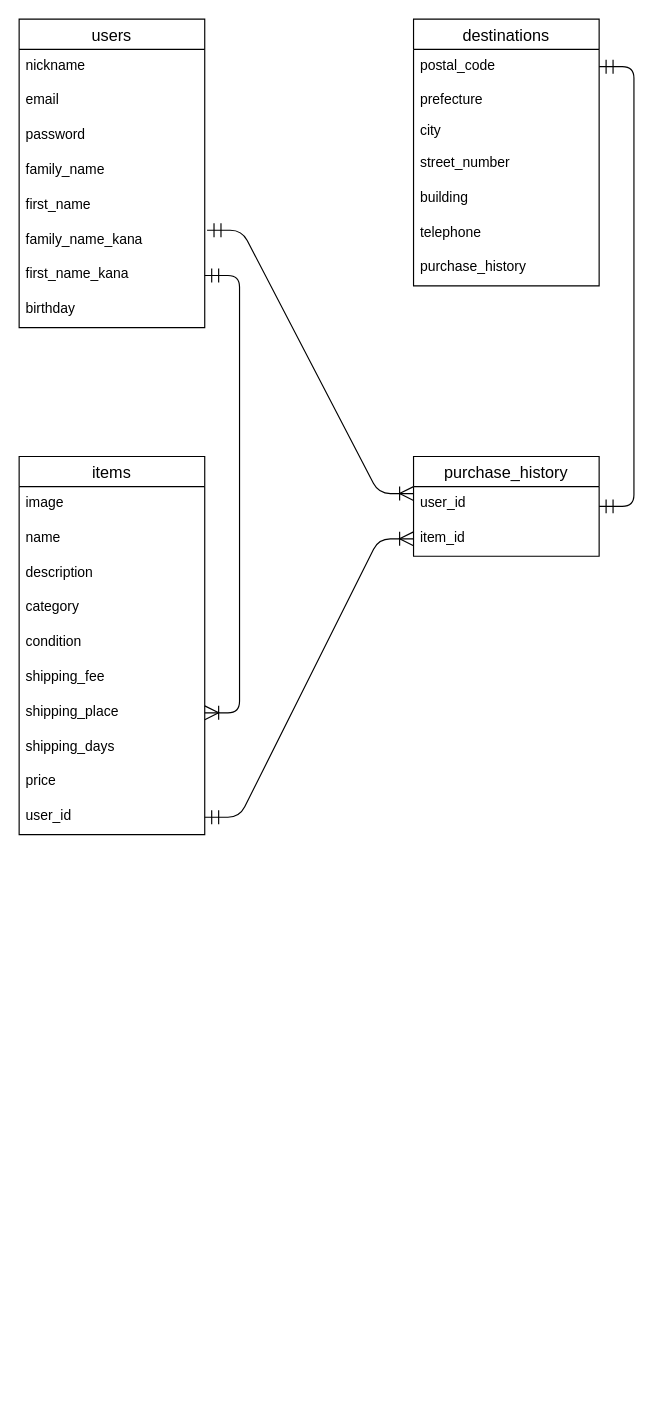
Before: test.dio in mayu-torii/furima-35418, a draw.io diagram. Source tidied: cells renumbered, new cells numbered last; positions are measured from the earlier drawing's top-left corner, leaving out a move shared by most shapes. Both pictures are drawn from the tidied source at 116%, with x=0, y=0 at pixel (19, 19).
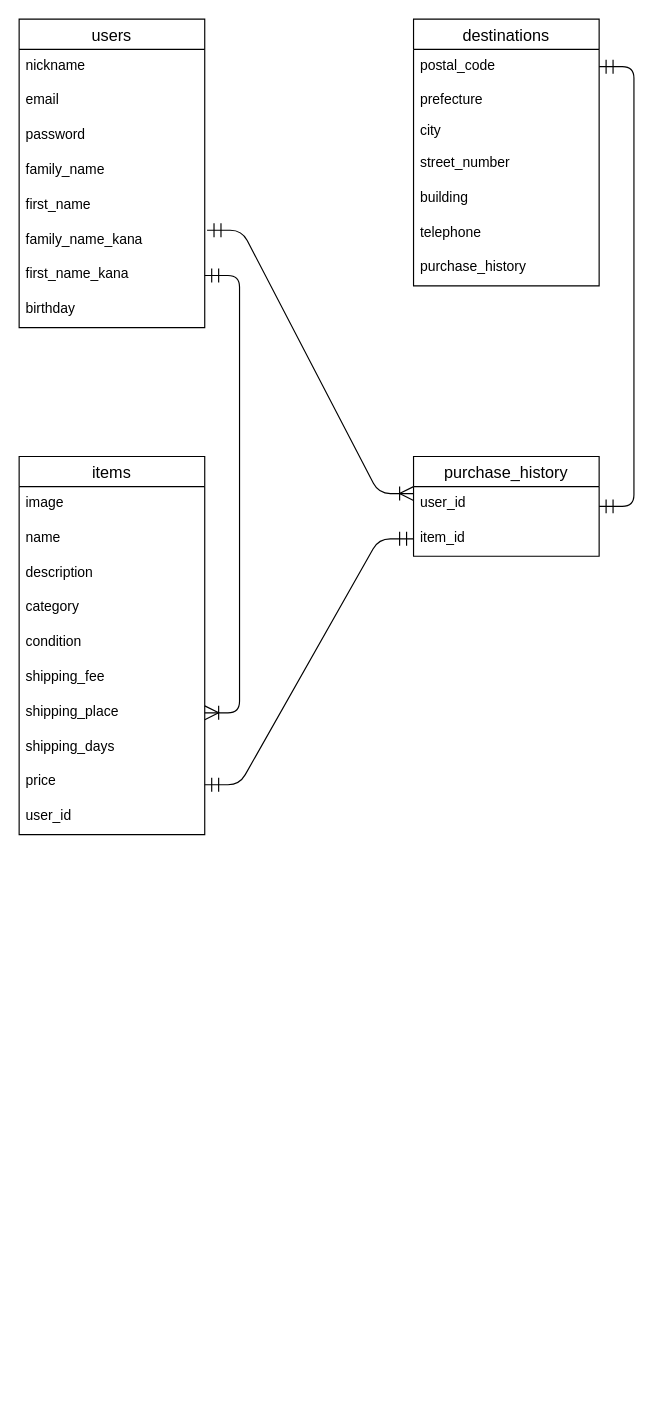
The same diagram, later.

Commit message (it also covers changes not shown here):
ER図、README修正 3

The change refers to these unchanged cells:
```xml
<mxCell id="12" value="user_id" style="text;strokeColor=none;fillColor=none;spacingLeft=4;spacingRight=4;overflow=hidden;points=[[0,0.5],[1,0.5]];portConstraint=eastwest;fontSize=12;" parent="2" vertex="1">
  <mxGeometry y="296" width="160" height="30" as="geometry" />
</mxCell>
<mxCell id="36" value="item_id" style="text;strokeColor=none;fillColor=none;spacingLeft=4;spacingRight=4;overflow=hidden;points=[[0,0.5],[1,0.5]];portConstraint=eastwest;fontSize=12;" parent="34" vertex="1">
  <mxGeometry y="56" width="160" height="30" as="geometry" />
</mxCell>
```

Diff of the diagram source:
```diff
@@
-    <mxCell id="37" style="edgeStyle=entityRelationEdgeStyle;fontSize=12;html=1;endArrow=ERoneToMany;startArrow=ERmandOne;exitX=1;exitY=0.5;exitDx=0;exitDy=0;endSize=10;startSize=10;entryX=0;entryY=0.5;entryDx=0;entryDy=0;" parent="1" edge="1" source="12" target="36">
-      <mxGeometry relative="1" as="geometry" />
-    </mxCell>
@@
+    <mxCell id="40" style="edgeStyle=entityRelationEdgeStyle;fontSize=12;html=1;endArrow=ERmandOne;startArrow=ERmandOne;endSize=10;startSize=10;" parent="1" edge="1" target="36">
+      <mxGeometry relative="1" as="geometry">
+        <mxPoint x="160" y="660" as="sourcePoint" />
+      </mxGeometry>
+    </mxCell>
```
